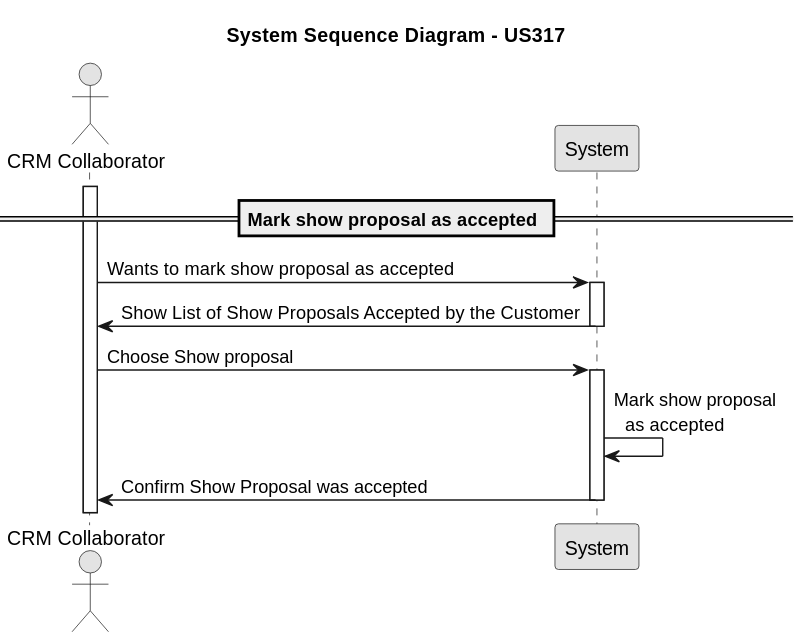
This is docs/Sprint3/us_317/images/system-sequence-diagram-US317.svg from rubenFreitas1/ISEP-LAPR4-2024-2025, a PlantUML export, as it was before one commit.
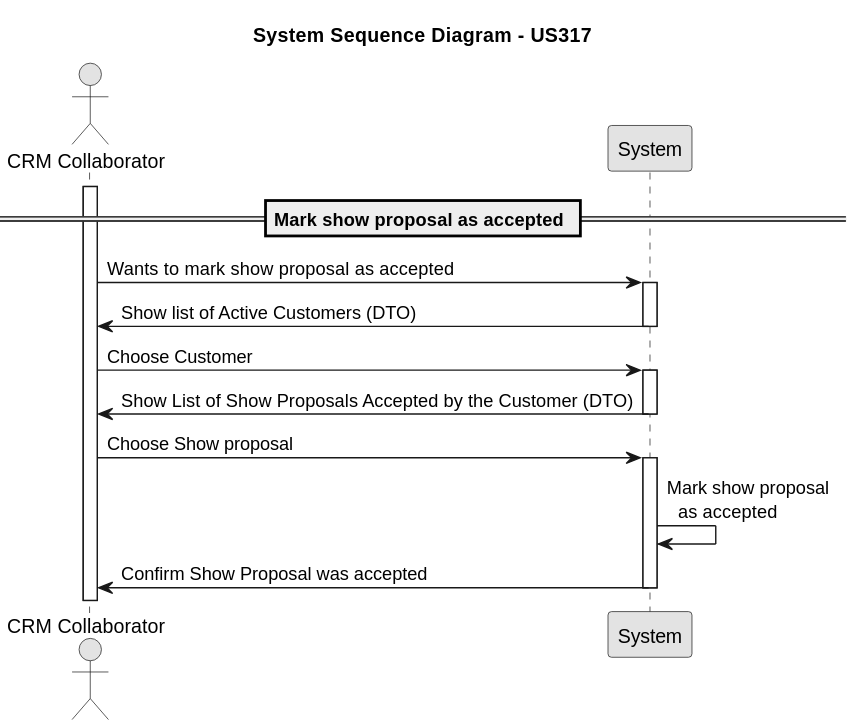
The same file after the commit.

The edit, as a diff of the source:
```diff
@@ -14,7 +14,13 @@
 crmCollaborator -> system : Wants to mark show proposal as accepted
 activate system
 
-system -> crmCollaborator :  Show List of Show Proposals Accepted by the Customer
+system -> crmCollaborator: Show list of Active Customers (DTO)
+deactivate system
+
+crmCollaborator -> system: Choose Customer
+activate system
+
+system -> crmCollaborator :  Show List of Show Proposals Accepted by the Customer (DTO)
 deactivate system
 crmCollaborator -> system : Choose Show proposal
 
```
